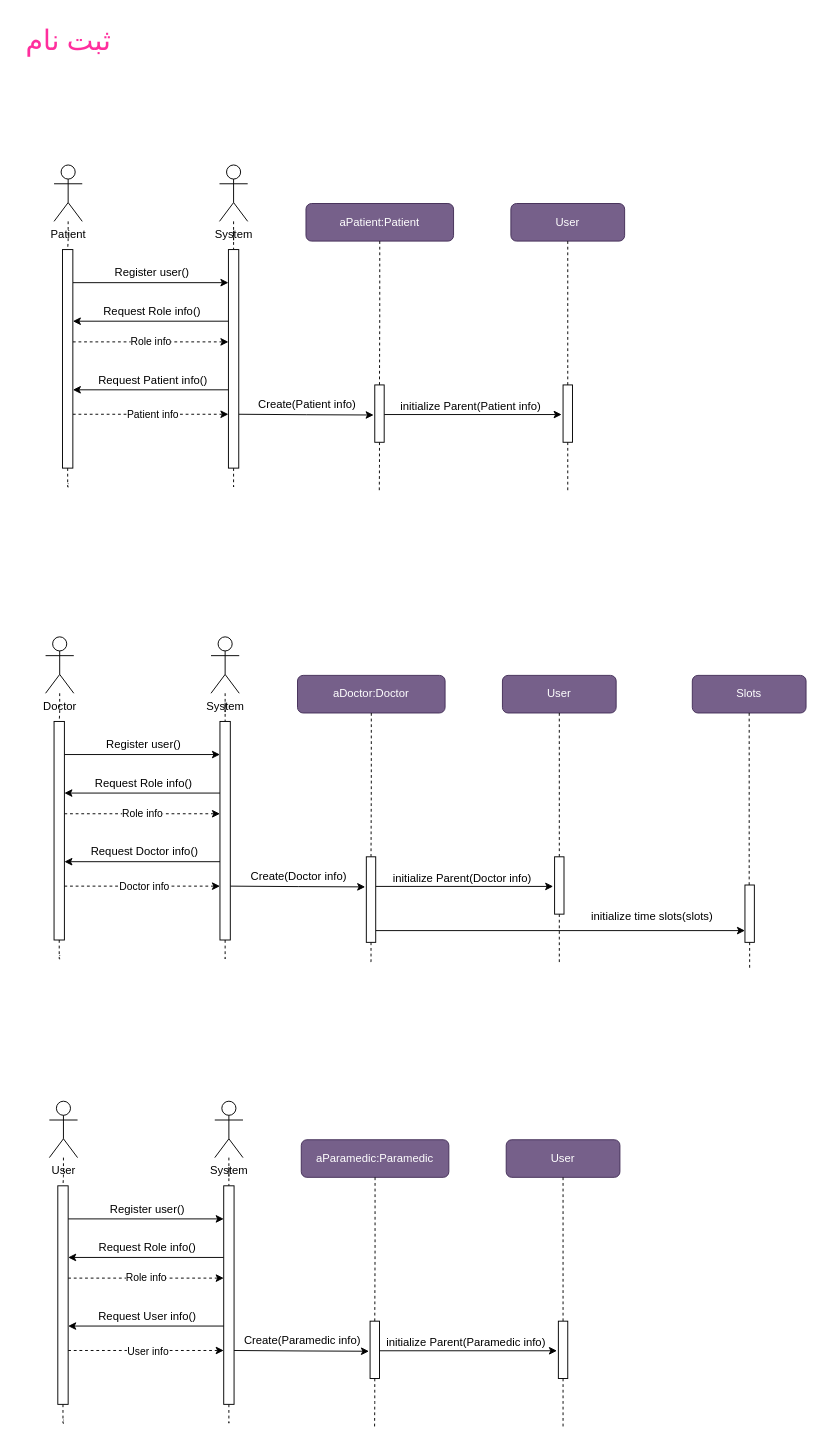
Above: page "ثبت‌نام" (6 of 20) of Sequence Diagram/SequenceDiagram.drawio in Matinrezaei/Software-Lab (draw.io), before the change. Source tidied: cells renumbered, new cells numbered last; positions are measured from the earlier drawing's top-left corner, leaving out a move shared by most shapes. Both pictures are drawn from the tidied source at 94%, with x=0, y=0 at pixel (16, 16).
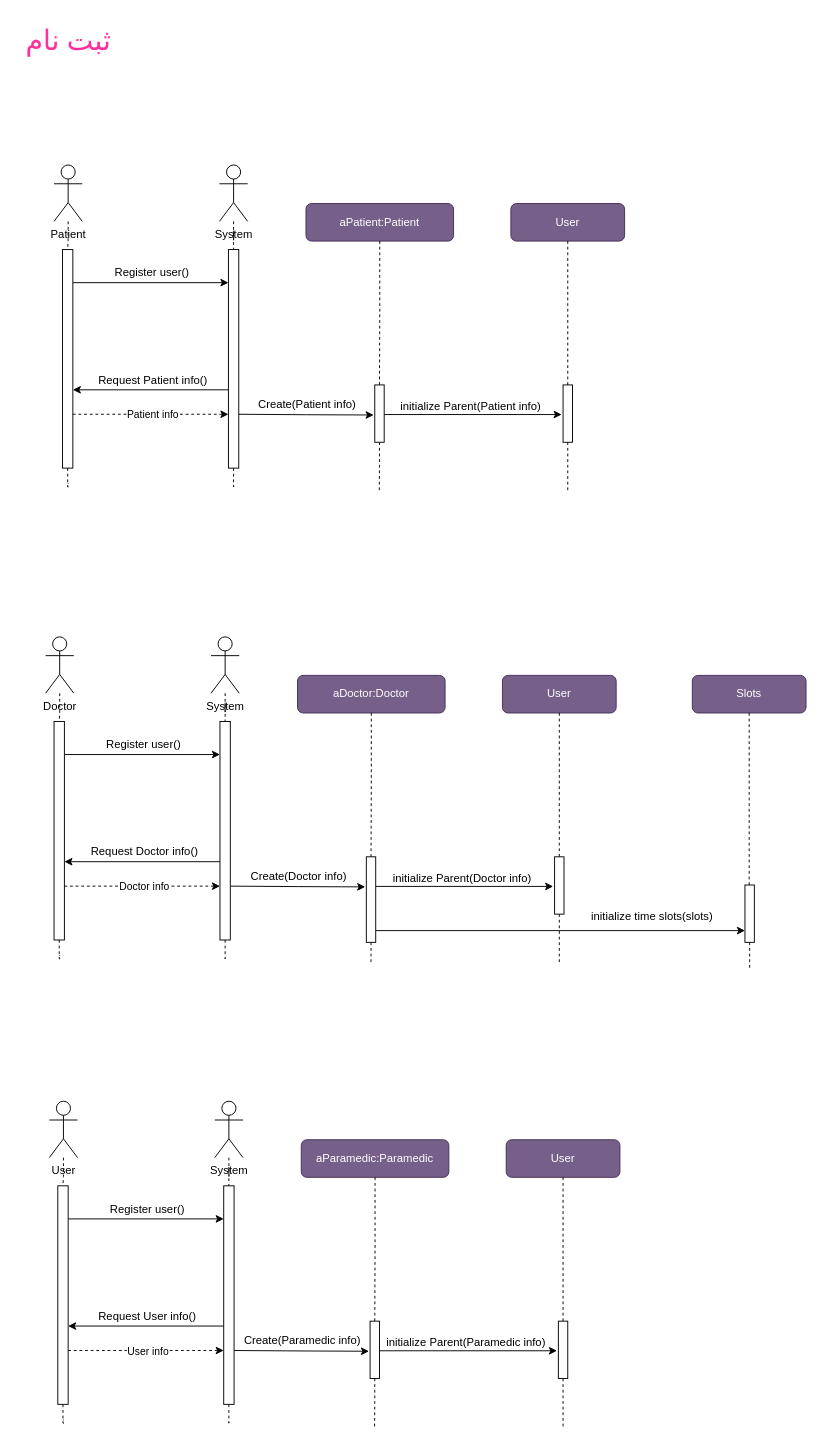
The same diagram, later.

What changed in the source:
```diff
@@
-    <mxCell id="9" value="Role info" style="edgeStyle=orthogonalEdgeStyle;rounded=0;orthogonalLoop=1;jettySize=auto;html=1;entryX=0.5;entryY=1;entryDx=0;entryDy=0;dashed=1;" parent="1" edge="1">
-      <mxGeometry relative="1" as="geometry">
-        <mxPoint x="60" y="346.2" as="sourcePoint" />
-        <mxPoint x="225.5" y="346.2" as="targetPoint" />
-      </mxGeometry>
-    </mxCell>
@@
-    <mxCell id="14" style="edgeStyle=orthogonalEdgeStyle;rounded=0;orthogonalLoop=1;jettySize=auto;html=1;entryX=0.5;entryY=0;entryDx=0;entryDy=0;" parent="1" edge="1">
-      <mxGeometry relative="1" as="geometry">
-        <mxPoint x="225.5" y="324.2" as="sourcePoint" />
-        <mxPoint x="60" y="324.2" as="targetPoint" />
-      </mxGeometry>
-    </mxCell>
@@
-    <mxCell id="22" value="Request Role info()" style="text;html=1;align=center;verticalAlign=middle;strokeColor=none;fillColor=none;" parent="1" vertex="1">
-      <mxGeometry x="81" y="301" width="125" height="26" as="geometry" />
-    </mxCell>
@@
-    <mxCell id="38" value="Role info" style="edgeStyle=orthogonalEdgeStyle;rounded=0;orthogonalLoop=1;jettySize=auto;html=1;entryX=0.5;entryY=1;entryDx=0;entryDy=0;dashed=1;" parent="1" edge="1">
-      <mxGeometry relative="1" as="geometry">
-        <mxPoint x="51" y="848.2" as="sourcePoint" />
-        <mxPoint x="216.5" y="848.2" as="targetPoint" />
-      </mxGeometry>
-    </mxCell>
@@
-    <mxCell id="43" style="edgeStyle=orthogonalEdgeStyle;rounded=0;orthogonalLoop=1;jettySize=auto;html=1;entryX=0.5;entryY=0;entryDx=0;entryDy=0;" parent="1" edge="1">
-      <mxGeometry relative="1" as="geometry">
-        <mxPoint x="216.5" y="826.2" as="sourcePoint" />
-        <mxPoint x="51" y="826.2" as="targetPoint" />
-      </mxGeometry>
-    </mxCell>
@@
-    <mxCell id="53" value="Request Role info()" style="text;html=1;align=center;verticalAlign=middle;strokeColor=none;fillColor=none;" parent="1" vertex="1">
-      <mxGeometry x="72" y="803" width="125" height="26" as="geometry" />
-    </mxCell>
@@
-    <mxCell id="70" value="Role info" style="edgeStyle=orthogonalEdgeStyle;rounded=0;orthogonalLoop=1;jettySize=auto;html=1;entryX=0.5;entryY=1;entryDx=0;entryDy=0;dashed=1;" parent="1" edge="1">
-      <mxGeometry relative="1" as="geometry">
-        <mxPoint x="55" y="1342.2" as="sourcePoint" />
-        <mxPoint x="220.5" y="1342.2" as="targetPoint" />
-      </mxGeometry>
-    </mxCell>
@@
-    <mxCell id="75" style="edgeStyle=orthogonalEdgeStyle;rounded=0;orthogonalLoop=1;jettySize=auto;html=1;entryX=0.5;entryY=0;entryDx=0;entryDy=0;" parent="1" edge="1">
-      <mxGeometry relative="1" as="geometry">
-        <mxPoint x="220.5" y="1320.2" as="sourcePoint" />
-        <mxPoint x="55" y="1320.2" as="targetPoint" />
-      </mxGeometry>
-    </mxCell>
@@
-    <mxCell id="83" value="Request Role info()" style="text;html=1;align=center;verticalAlign=middle;strokeColor=none;fillColor=none;" parent="1" vertex="1">
-      <mxGeometry x="76" y="1297" width="125" height="26" as="geometry" />
-    </mxCell>
```
